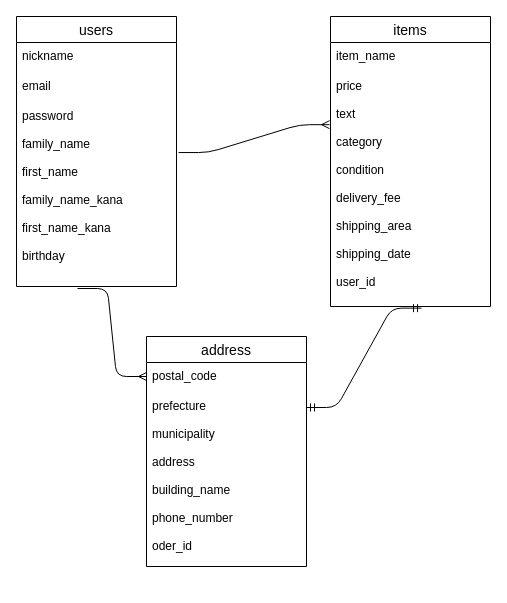
Earlier version of the draw.io diagram app/furima.dio (jnkt15/furima-32133). Source tidied: cells renumbered, new cells numbered last; positions are measured from the earlier drawing's top-left corner, leaving out a move shared by most shapes. Both pictures are drawn from the tidied source at 100%, with x=0, y=0 at pixel (16, 16).
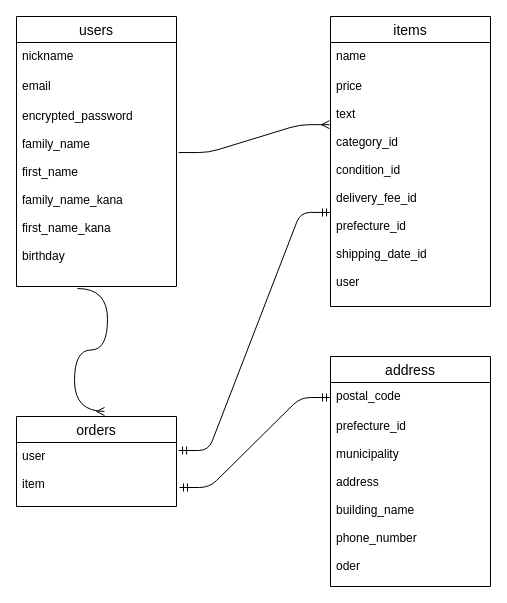
Above is the later version.

Commit message (it also covers changes not shown here):
データベース設計の修正

Diff of the diagram source:
```diff
@@
 <mxGraphModel>
   <root>
     <mxCell id="0" />
     <mxCell id="1" parent="0" />
     <mxCell id="2" value="users" style="swimlane;fontStyle=0;horizontal=1;startSize=26;align=center;fontSize=14;" parent="1" vertex="1">
       <mxGeometry width="160" height="270" as="geometry" />
     </mxCell>
     <mxCell id="3" value="nickname" style="text;strokeColor=none;fillColor=none;spacingLeft=4;spacingRight=4;overflow=hidden;fontSize=12;" parent="2" vertex="1">
       <mxGeometry y="26" width="160" height="30" as="geometry" />
     </mxCell>
     <mxCell id="4" value="email" style="text;strokeColor=none;fillColor=none;spacingLeft=4;spacingRight=4;overflow=hidden;fontSize=12;" parent="2" vertex="1">
       <mxGeometry y="56" width="160" height="30" as="geometry" />
     </mxCell>
-    <mxCell id="5" value="password&#10;&#10;family_name&#10;&#10;first_name&#10;&#10;family_name_kana&#10;&#10;first_name_kana&#10;&#10;birthday" style="text;strokeColor=none;fillColor=none;spacingLeft=4;spacingRight=4;overflow=hidden;points=[[0,0.5],[1,0.5]];portConstraint=eastwest;fontSize=12;" parent="2" vertex="1">
+    <mxCell id="5" value="encrypted_password&#10;&#10;family_name&#10;&#10;first_name&#10;&#10;family_name_kana&#10;&#10;first_name_kana&#10;&#10;birthday" style="text;strokeColor=none;fillColor=none;spacingLeft=4;spacingRight=4;overflow=hidden;points=[[0,0.5],[1,0.5]];portConstraint=eastwest;fontSize=12;" parent="2" vertex="1">
       <mxGeometry y="86" width="160" height="184" as="geometry" />
     </mxCell>
     <mxCell id="6" value="items" style="swimlane;fontStyle=0;horizontal=1;startSize=26;align=center;fontSize=14;" parent="1" vertex="1">
       <mxGeometry x="314" width="160" height="290" as="geometry" />
     </mxCell>
-    <mxCell id="7" value="item_name" style="text;strokeColor=none;fillColor=none;spacingLeft=4;spacingRight=4;overflow=hidden;fontSize=12;" parent="6" vertex="1">
+    <mxCell id="7" value="name" style="text;strokeColor=none;fillColor=none;spacingLeft=4;spacingRight=4;overflow=hidden;fontSize=12;" parent="6" vertex="1">
       <mxGeometry y="26" width="160" height="30" as="geometry" />
     </mxCell>
-    <mxCell id="8" value="price&#10;&#10;text&#10;&#10;category&#10;&#10;condition&#10;&#10;delivery_fee&#10;&#10;shipping_area&#10;&#10;shipping_date&#10;&#10;user_id&#10;&#10;" style="text;strokeColor=none;fillColor=none;spacingLeft=4;spacingRight=4;overflow=hidden;points=[[0,0.5],[1,0.5]];portConstraint=eastwest;fontSize=12;" parent="6" vertex="1">
+    <mxCell id="8" value="price&#10;&#10;text&#10;&#10;category_id&#10;&#10;condition_id&#10;&#10;delivery_fee_id&#10;&#10;prefecture_id&#10;&#10;shipping_date_id&#10;&#10;user&#10;&#10;" style="text;strokeColor=none;fillColor=none;spacingLeft=4;spacingRight=4;overflow=hidden;points=[[0,0.5],[1,0.5]];portConstraint=eastwest;fontSize=12;" parent="6" vertex="1">
       <mxGeometry y="56" width="160" height="234" as="geometry" />
     </mxCell>
     <mxCell id="9" style="edgeStyle=entityRelationEdgeStyle;fontSize=12;html=1;endArrow=ERmany;exitX=1.013;exitY=0.272;exitDx=0;exitDy=0;entryX=-0.006;entryY=0.223;entryDx=0;entryDy=0;entryPerimeter=0;exitPerimeter=0;" parent="1" edge="1" source="5" target="8">
       <mxGeometry relative="1" as="geometry" />
     </mxCell>
-    <mxCell id="10" style="edgeStyle=entityRelationEdgeStyle;fontSize=12;html=1;endArrow=ERmandOne;startArrow=ERmandOne;entryX=0.569;entryY=1.007;entryDx=0;entryDy=0;entryPerimeter=0;exitX=1;exitY=0.5;exitDx=0;exitDy=0;" parent="1" edge="1" target="8">
-      <mxGeometry relative="1" as="geometry">
-        <mxPoint x="290" y="391" as="sourcePoint" />
-      </mxGeometry>
+    <mxCell id="10" style="edgeStyle=entityRelationEdgeStyle;fontSize=12;html=1;endArrow=ERmandOne;startArrow=ERmandOne;entryX=0;entryY=0.598;entryDx=0;entryDy=0;entryPerimeter=0;exitX=1.013;exitY=0.125;exitDx=0;exitDy=0;exitPerimeter=0;" parent="1" edge="1" source="16" target="8">
+      <mxGeometry relative="1" as="geometry" />
     </mxCell>
+    <mxCell id="14" style="edgeStyle=entityRelationEdgeStyle;fontSize=12;html=1;endArrow=ERmany;curved=1;entryX=0.55;entryY=-0.056;entryDx=0;entryDy=0;entryPerimeter=0;" parent="1" edge="1" target="15">
+      <mxGeometry relative="1" as="geometry">
+        <mxPoint x="61" y="272" as="sourcePoint" />
+      </mxGeometry>
+    </mxCell>
+    <mxCell id="15" value="orders" style="swimlane;fontStyle=0;horizontal=1;startSize=26;align=center;fontSize=14;" parent="1" vertex="1">
+      <mxGeometry y="400" width="160" height="90" as="geometry" />
+    </mxCell>
+    <mxCell id="16" value="user&#10;&#10;item&#10;" style="text;strokeColor=none;fillColor=none;spacingLeft=4;spacingRight=4;overflow=hidden;points=[[0,0.5],[1,0.5]];portConstraint=eastwest;fontSize=12;" parent="15" vertex="1">
+      <mxGeometry y="26" width="160" height="64" as="geometry" />
+    </mxCell>
+    <mxCell id="17" style="edgeStyle=entityRelationEdgeStyle;fontSize=12;html=1;endArrow=ERmandOne;startArrow=ERmandOne;entryX=0;entryY=0.5;entryDx=0;entryDy=0;" parent="1" edge="1" target="12">
+      <mxGeometry relative="1" as="geometry">
+        <mxPoint x="163" y="471" as="sourcePoint" />
+      </mxGeometry>
+    </mxCell>
     <mxCell id="11" value="address" style="swimlane;fontStyle=0;horizontal=1;startSize=26;align=center;fontSize=14;" parent="1" vertex="1">
-      <mxGeometry x="130" y="320" width="160" height="230" as="geometry" />
+      <mxGeometry x="314" y="340" width="160" height="230" as="geometry" />
     </mxCell>
     <mxCell id="12" value="postal_code" style="text;strokeColor=none;fillColor=none;spacingLeft=4;spacingRight=4;overflow=hidden;points=[[0,0.5],[1,0.5]];portConstraint=eastwest;fontSize=12;" parent="11" vertex="1">
       <mxGeometry y="26" width="160" height="30" as="geometry" />
     </mxCell>
-    <mxCell id="13" value="prefecture&#10;&#10;municipality&#10;&#10;address&#10;&#10;building_name&#10;&#10;phone_number&#10;&#10;oder_id" style="text;strokeColor=none;fillColor=none;spacingLeft=4;spacingRight=4;overflow=hidden;fontSize=12;" parent="11" vertex="1">
+    <mxCell id="13" value="prefecture_id&#10;&#10;municipality&#10;&#10;address&#10;&#10;building_name&#10;&#10;phone_number&#10;&#10;oder" style="text;strokeColor=none;fillColor=none;spacingLeft=4;spacingRight=4;overflow=hidden;fontSize=12;" parent="11" vertex="1">
       <mxGeometry y="56" width="160" height="174" as="geometry" />
     </mxCell>
-    <mxCell id="14" style="edgeStyle=entityRelationEdgeStyle;fontSize=12;html=1;endArrow=ERmany;exitX=0.381;exitY=1.011;exitDx=0;exitDy=0;exitPerimeter=0;" parent="1" edge="1" source="5">
-      <mxGeometry relative="1" as="geometry">
-        <mxPoint x="130" y="360" as="targetPoint" />
-      </mxGeometry>
-    </mxCell>
   </root>
 </mxGraphModel>
```
